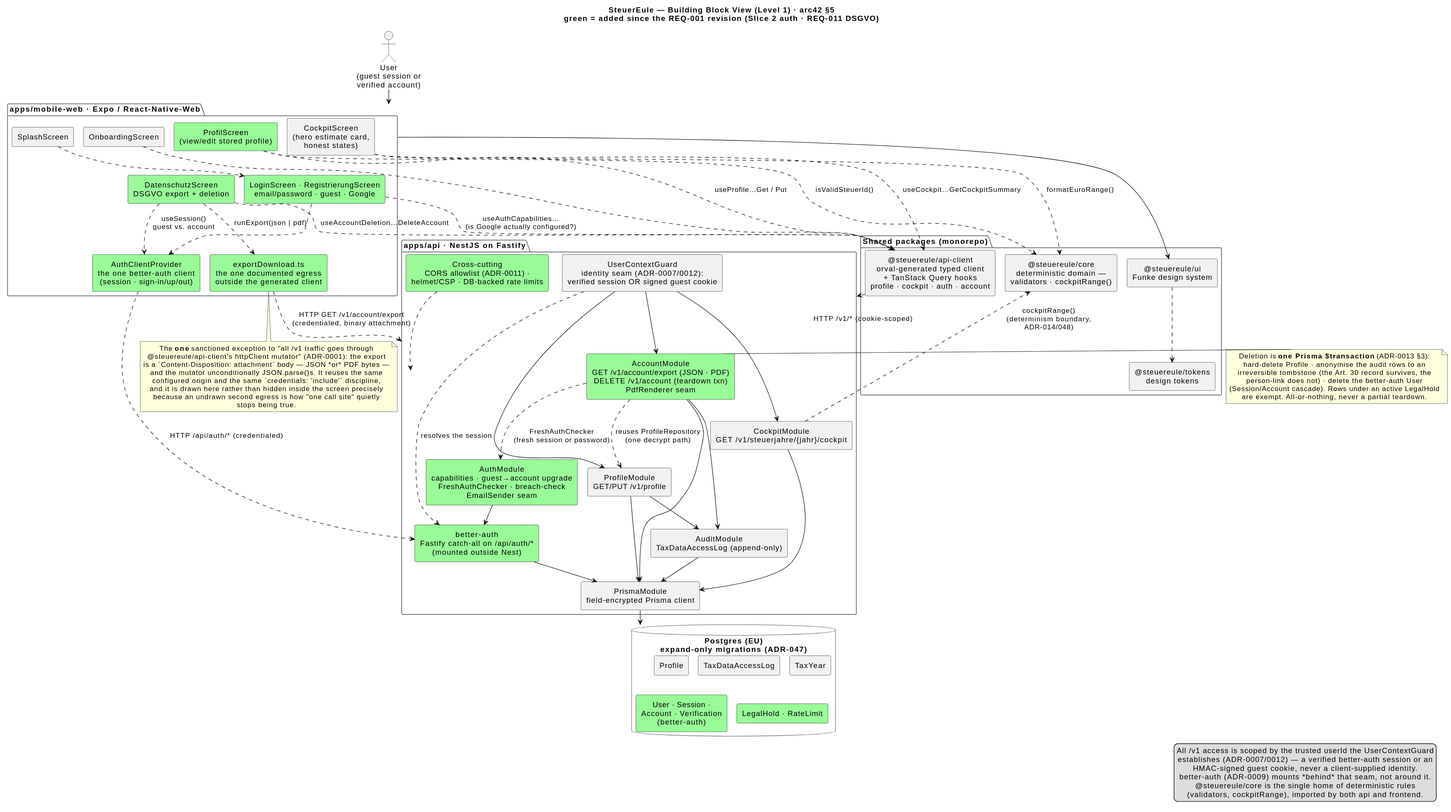
Earlier version of the PlantUML export docs/arc42/building-block-view.svg (NexusHero/Steuereule).
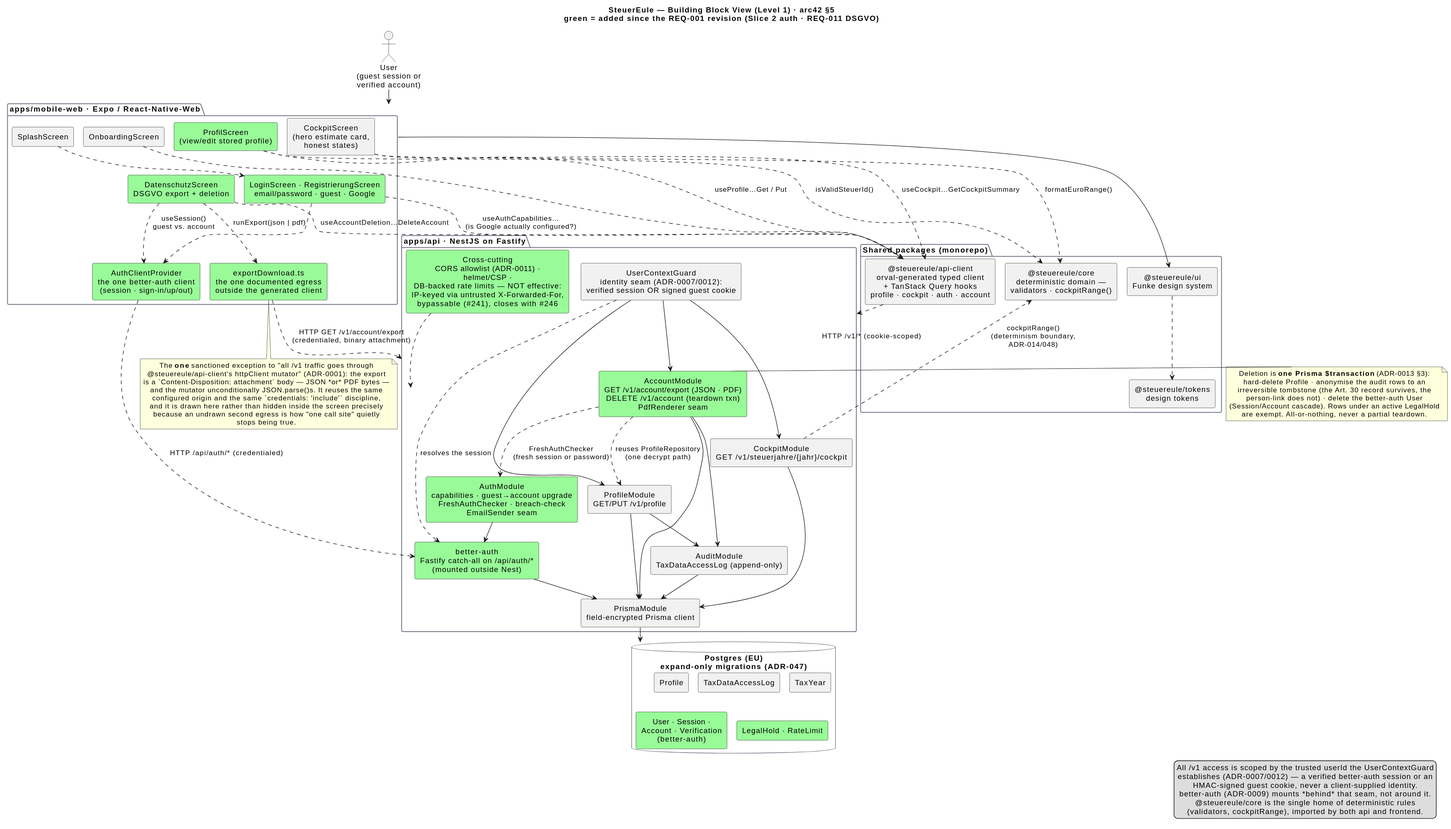
Above is the later version.

Commit message:
docs(adr,arc42): qualify the rate-limiting claim — storage, not effectiveness (#241/#246)

What changed in the source:
```diff
@@ -37,7 +37,7 @@
   component "AccountModule\nGET /v1/account/export (JSON · PDF)\nDELETE /v1/account (teardown txn)\nPdfRenderer seam" as accountMod #palegreen
   component "AuditModule\nTaxDataAccessLog (append-only)" as audit
   component "PrismaModule\nfield-encrypted Prisma client" as prisma
-  component "Cross-cutting\nCORS allowlist (ADR-0011) ·\nhelmet/CSP · DB-backed rate limits" as crosscut #palegreen
+  component "Cross-cutting\nCORS allowlist (ADR-0011) ·\nhelmet/CSP ·\nDB-backed rate limits — NOT effective:\nIP-keyed via untrusted X-Forwarded-For,\nbypassable (#241), closes with #246" as crosscut #palegreen
 }
 
 database "Postgres (EU)\nexpand-only migrations (ADR-047)" as db {
```
